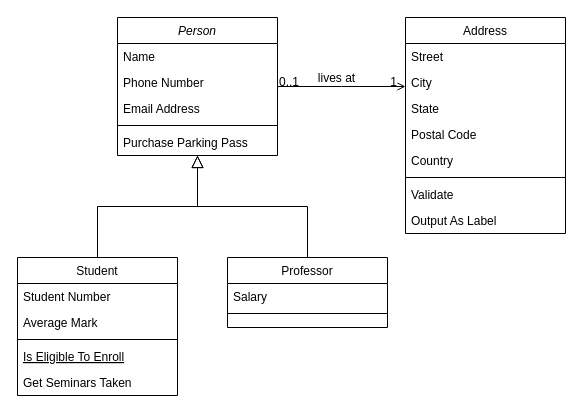
This is PO1.drawio from Piotreqsl/oolab, a draw.io file, before an edit. Source tidied: cells renumbered, new cells numbered last; positions are measured from the earlier drawing's top-left corner, leaving out a move shared by most shapes. Both pictures are drawn from the tidied source at 100%, with x=0, y=0 at pixel (17, 17).
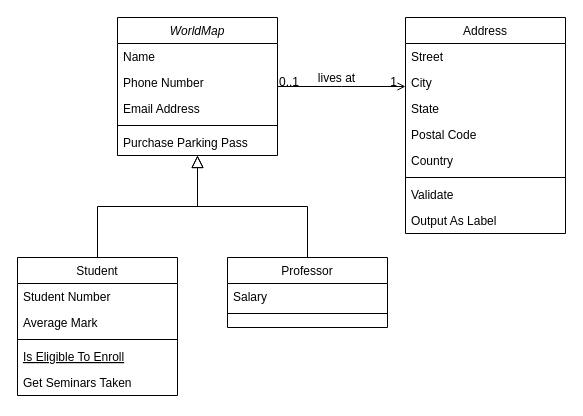
The same diagram, later.

What changed in the source:
```diff
@@
-    <mxCell id="2" value="Person" style="swimlane;fontStyle=2;align=center;verticalAlign=top;horizontal=1;startSize=26;rounded=0;shadow=0;strokeWidth=1;" parent="1" vertex="1">
+    <mxCell id="2" value="WorldMap" style="swimlane;fontStyle=2;align=center;verticalAlign=top;horizontal=1;startSize=26;rounded=0;shadow=0;strokeWidth=1;" parent="1" vertex="1">
       <mxGeometry x="100" width="160" height="138" as="geometry" />
     </mxCell>
```
